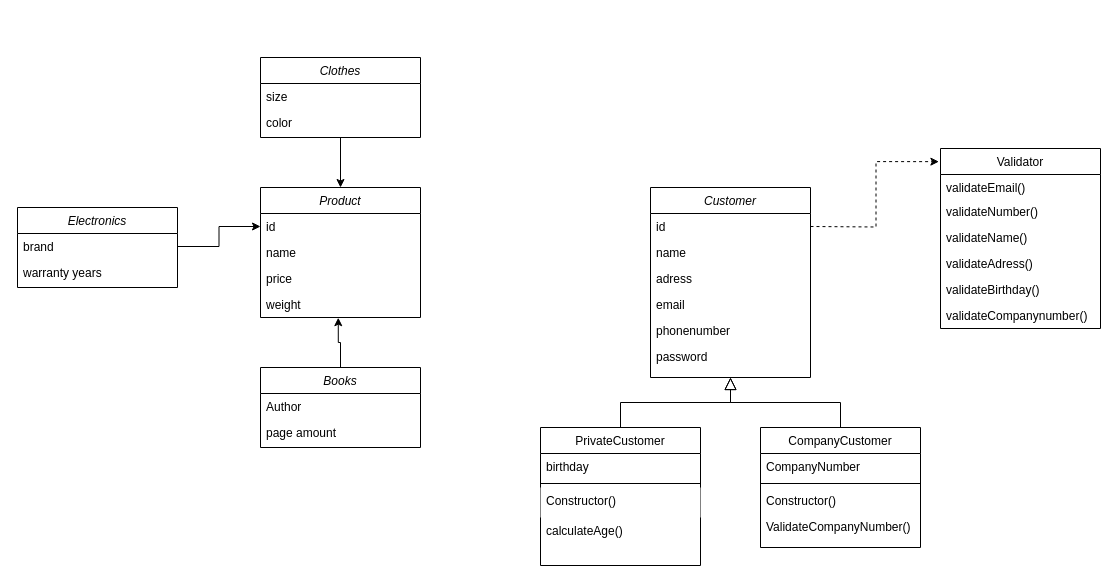
Before: WarenWelt-System/Klassendiagramm.drawio in TamasSztojka/Ausbildung, a draw.io diagram. Source tidied: cells renumbered, new cells numbered last; positions are measured from the earlier drawing's top-left corner, leaving out a move shared by most shapes. Both pictures are drawn from the tidied source at 100%, with x=0, y=0 at pixel (17, 57).
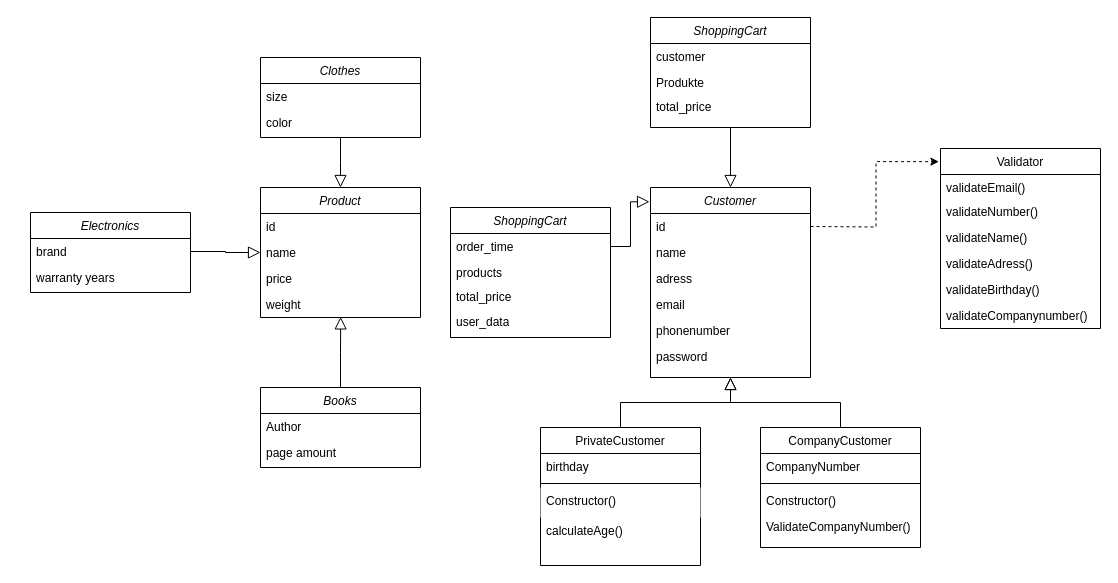
The same diagram, later.

Commit message (it also covers changes not shown here):
added and tested ShoppingCart Class

Unchanged cells that the change refers to:
```xml
<mxCell id="2" value="Customer" style="swimlane;fontStyle=2;align=center;verticalAlign=top;horizontal=1;startSize=26;rounded=0;shadow=0;strokeWidth=1;" parent="1" vertex="1">
  <mxGeometry x="633" y="130" width="160" height="190" as="geometry" />
</mxCell>
<mxCell id="29" value="Product" style="swimlane;fontStyle=2;align=center;verticalAlign=top;horizontal=1;startSize=26;rounded=0;shadow=0;strokeWidth=1;" parent="1" vertex="1">
  <mxGeometry x="243" y="130" width="160" height="130" as="geometry" />
</mxCell>
<mxCell id="30" value="id" style="text;strokeColor=none;fillColor=none;align=left;verticalAlign=top;spacingLeft=4;spacingRight=4;overflow=hidden;points=[[0,0.5],[1,0.5]];portConstraint=eastwest;whiteSpace=wrap;html=1;" parent="29" vertex="1">
  <mxGeometry y="26" width="160" height="26" as="geometry" />
</mxCell>
<mxCell id="31" value="name" style="text;align=left;verticalAlign=top;spacingLeft=4;spacingRight=4;overflow=hidden;points=[[0,0.5],[1,0.5]];portConstraint=eastwest;rounded=0;shadow=0;html=0;" parent="29" vertex="1">
  <mxGeometry y="52" width="160" height="26" as="geometry" />
</mxCell>
<mxCell id="33" value="weight" style="text;strokeColor=none;fillColor=none;align=left;verticalAlign=top;spacingLeft=4;spacingRight=4;overflow=hidden;points=[[0,0.5],[1,0.5]];portConstraint=eastwest;whiteSpace=wrap;html=1;" parent="29" vertex="1">
  <mxGeometry y="104" width="160" height="26" as="geometry" />
</mxCell>
<mxCell id="35" value="brand" style="text;strokeColor=none;fillColor=none;align=left;verticalAlign=top;spacingLeft=4;spacingRight=4;overflow=hidden;points=[[0,0.5],[1,0.5]];portConstraint=eastwest;whiteSpace=wrap;html=1;" parent="34" vertex="1">
  <mxGeometry y="26" width="160" height="26" as="geometry" />
</mxCell>
<mxCell id="39" value="Clothes" style="swimlane;fontStyle=2;align=center;verticalAlign=top;horizontal=1;startSize=26;rounded=0;shadow=0;strokeWidth=1;" parent="1" vertex="1">
  <mxGeometry x="243" width="160" height="80" as="geometry" />
</mxCell>
```

The edit, as a diff of the source:
```diff
@@
     <mxCell id="34" value="Electronics" style="swimlane;fontStyle=2;align=center;verticalAlign=top;horizontal=1;startSize=26;rounded=0;shadow=0;strokeWidth=1;" parent="1" vertex="1">
-      <mxGeometry y="150" width="160" height="80" as="geometry" />
+      <mxGeometry x="13" y="155" width="160" height="80" as="geometry" />
     </mxCell>
@@
-    <mxCell id="37" style="edgeStyle=orthogonalEdgeStyle;rounded=0;jettySize=auto;html=1;exitX=1;exitY=0.5;exitDx=0;exitDy=0;entryX=0;entryY=0.5;entryDx=0;entryDy=0;" parent="1" edge="1" source="35" target="30">
-      <mxGeometry relative="1" as="geometry" />
-    </mxCell>
-    <mxCell id="38" style="edgeStyle=orthogonalEdgeStyle;rounded=0;jettySize=auto;html=1;exitX=0.5;exitY=1;exitDx=0;exitDy=0;entryX=0.5;entryY=0;entryDx=0;entryDy=0;" parent="1" edge="1" source="39" target="29">
-      <mxGeometry relative="1" as="geometry" />
-    </mxCell>
@@
     <mxCell id="42" value="Books" style="swimlane;fontStyle=2;align=center;verticalAlign=top;horizontal=1;startSize=26;rounded=0;shadow=0;strokeWidth=1;" parent="1" vertex="1">
-      <mxGeometry x="243" y="310" width="160" height="80" as="geometry" />
+      <mxGeometry x="243" y="330" width="160" height="80" as="geometry" />
     </mxCell>
@@
+    <mxCell id="38" style="endArrow=block;endSize=10;endFill=0;shadow=0;strokeWidth=1;rounded=0;curved=0;edgeStyle=elbowEdgeStyle;elbow=vertical;entryX=0.5;entryY=0;entryDx=0;entryDy=0;exitX=0.5;exitY=1;exitDx=0;exitDy=0;" parent="1" edge="1" source="39" target="29">
+      <mxGeometry relative="1" as="geometry" />
+    </mxCell>
-    <mxCell id="45" style="edgeStyle=orthogonalEdgeStyle;rounded=0;jettySize=auto;html=1;exitX=0.5;exitY=0;exitDx=0;exitDy=0;entryX=0.486;entryY=1.008;entryDx=0;entryDy=0;entryPerimeter=0;" parent="1" edge="1" source="42" target="33">
+    <mxCell id="45" style="endArrow=block;endSize=10;endFill=0;shadow=0;strokeWidth=1;rounded=0;curved=0;edgeStyle=elbowEdgeStyle;elbow=vertical;entryX=0.501;entryY=0.977;entryDx=0;entryDy=0;exitX=0.5;exitY=0;exitDx=0;exitDy=0;entryPerimeter=0;" parent="1" edge="1" source="42" target="33">
       <mxGeometry relative="1" as="geometry" />
     </mxCell>
+    <mxCell id="46" style="edgeStyle=orthogonalEdgeStyle;rounded=0;jettySize=auto;html=1;exitX=1;exitY=0.5;exitDx=0;exitDy=0;entryX=0;entryY=0.5;entryDx=0;entryDy=0;endArrow=block;endFill=0;endSize=10;" parent="1" edge="1" source="35" target="31">
+      <mxGeometry relative="1" as="geometry" />
+    </mxCell>
+    <mxCell id="47" style="edgeStyle=orthogonalEdgeStyle;rounded=0;jettySize=auto;html=1;exitX=0.5;exitY=1;exitDx=0;exitDy=0;entryX=0.5;entryY=0;entryDx=0;entryDy=0;endArrow=block;endFill=0;jumpSize=6;endSize=10;" parent="1" edge="1" source="48" target="2">
+      <mxGeometry relative="1" as="geometry" />
+    </mxCell>
+    <mxCell id="48" value="ShoppingCart" style="swimlane;fontStyle=2;align=center;verticalAlign=top;horizontal=1;startSize=26;rounded=0;shadow=0;strokeWidth=1;" parent="1" vertex="1">
+      <mxGeometry x="633" y="-40" width="160" height="110" as="geometry" />
+    </mxCell>
+    <mxCell id="49" value="customer" style="text;strokeColor=none;fillColor=none;align=left;verticalAlign=top;spacingLeft=4;spacingRight=4;overflow=hidden;whiteSpace=wrap;html=1;" parent="48" vertex="1">
+      <mxGeometry y="26" width="160" height="26" as="geometry" />
+    </mxCell>
+    <mxCell id="50" value="Produkte" style="text;align=left;verticalAlign=top;spacingLeft=4;spacingRight=4;overflow=hidden;rounded=0;shadow=0;html=0;" parent="48" vertex="1">
+      <mxGeometry y="52" width="160" height="28" as="geometry" />
+    </mxCell>
+    <mxCell id="51" value="total_price" style="text;strokeColor=none;fillColor=none;align=left;verticalAlign=middle;spacingLeft=4;spacingRight=4;overflow=hidden;whiteSpace=wrap;html=1;" parent="48" vertex="1">
+      <mxGeometry y="80" width="160" height="20" as="geometry" />
+    </mxCell>
+    <mxCell id="52" value="ShoppingCart" style="swimlane;fontStyle=2;align=center;verticalAlign=top;horizontal=1;startSize=26;rounded=0;shadow=0;strokeWidth=1;" parent="1" vertex="1">
+      <mxGeometry x="433" y="150" width="160" height="130" as="geometry" />
+    </mxCell>
+    <mxCell id="53" value="order_time" style="text;strokeColor=none;fillColor=none;align=left;verticalAlign=top;spacingLeft=4;spacingRight=4;overflow=hidden;points=[[0,0.5],[1,0.5]];portConstraint=eastwest;whiteSpace=wrap;html=1;" parent="52" vertex="1">
+      <mxGeometry y="26" width="160" height="26" as="geometry" />
+    </mxCell>
+    <mxCell id="54" value="products" style="text;align=left;verticalAlign=top;spacingLeft=4;spacingRight=4;overflow=hidden;rounded=0;shadow=0;html=0;" parent="52" vertex="1">
+      <mxGeometry y="52" width="160" height="28" as="geometry" />
+    </mxCell>
+    <mxCell id="55" value="total_price" style="text;strokeColor=none;fillColor=none;align=left;verticalAlign=middle;spacingLeft=4;spacingRight=4;overflow=hidden;whiteSpace=wrap;html=1;" parent="52" vertex="1">
+      <mxGeometry y="80" width="160" height="20" as="geometry" />
+    </mxCell>
+    <mxCell id="56" value="user_data" style="text;strokeColor=none;fillColor=none;align=left;verticalAlign=middle;spacingLeft=4;spacingRight=4;overflow=hidden;whiteSpace=wrap;html=1;" parent="52" vertex="1">
+      <mxGeometry y="100" width="160" height="30" as="geometry" />
+    </mxCell>
+    <mxCell id="57" style="edgeStyle=orthogonalEdgeStyle;rounded=0;jettySize=auto;html=1;exitX=1;exitY=0.5;exitDx=0;exitDy=0;entryX=-0.006;entryY=0.075;entryDx=0;entryDy=0;entryPerimeter=0;endSize=10;endArrow=block;endFill=0;" parent="1" edge="1" source="53" target="2">
+      <mxGeometry relative="1" as="geometry" />
+    </mxCell>
```
